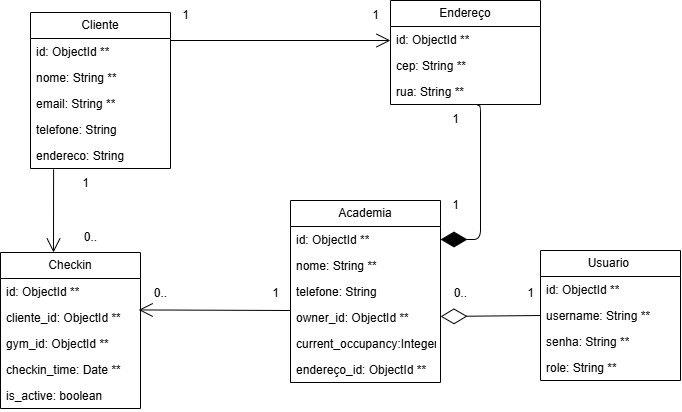
Before: docs/Diagrama.png, a diagram exported from draw.io (FatecFranca/DSM-P3-G07-2025-2). Source tidied: cells renumbered, new cells last; positions are measured from the earlier drawing's top-left corner, leaving out a move shared by most shapes.
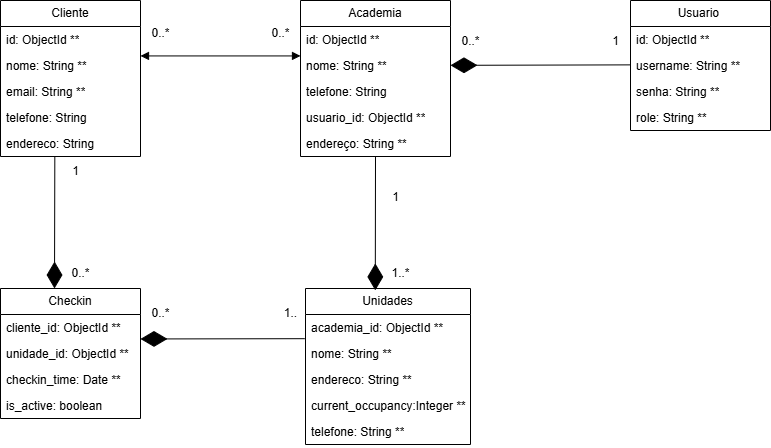
Above is the later version.

Commit message:
Atualização do diagrama e memorial descritivo

Change to the diagram source:
```diff
@@ -3,7 +3,7 @@
     <mxCell id="0" />
     <mxCell id="1" parent="0" />
     <mxCell id="2" value="Usuario&amp;nbsp;" style="swimlane;fontStyle=0;horizontal=1;startSize=26;fillColor=none;whiteSpace=wrap;html=1;" parent="1" vertex="1">
-      <mxGeometry x="540" y="250" width="140" height="130" as="geometry" />
+      <mxGeometry x="660" y="12" width="140" height="130" as="geometry" />
     </mxCell>
     <mxCell id="3" value="id: ObjectId&amp;nbsp;&lt;span style=&quot;color: rgb(0, 0, 0);&quot;&gt;**&lt;/span&gt;" style="text;strokeColor=none;fillColor=none;align=left;verticalAlign=top;spacingLeft=4;spacingRight=4;overflow=hidden;whiteSpace=wrap;html=1;" parent="2" vertex="1">
       <mxGeometry y="26" width="140" height="26" as="geometry" />
@@ -36,7 +36,7 @@
       <mxGeometry y="130" width="140" height="26" as="geometry" />
     </mxCell>
     <mxCell id="13" value="Academia" style="swimlane;fontStyle=0;horizontal=1;startSize=26;fillColor=none;whiteSpace=wrap;html=1;" parent="1" vertex="1">
-      <mxGeometry x="290" y="200" width="150" height="182" as="geometry" />
+      <mxGeometry x="330" y="12" width="150" height="156" as="geometry" />
     </mxCell>
     <mxCell id="14" value="id: ObjectId&amp;nbsp;&lt;span style=&quot;color: rgb(0, 0, 0);&quot;&gt;**&lt;/span&gt;" style="text;strokeColor=none;fillColor=none;align=left;verticalAlign=top;spacingLeft=4;spacingRight=4;overflow=hidden;points=[[0,0.5],[1,0.5]];portConstraint=eastwest;whiteSpace=wrap;html=1;" parent="13" vertex="1">
       <mxGeometry y="26" width="150" height="26" as="geometry" />
@@ -47,102 +47,99 @@
     <mxCell id="16" value="telefone: String" style="text;strokeColor=none;fillColor=none;align=left;verticalAlign=top;spacingLeft=4;spacingRight=4;overflow=hidden;whiteSpace=wrap;html=1;" parent="13" vertex="1">
       <mxGeometry y="78" width="150" height="26" as="geometry" />
     </mxCell>
-    <mxCell id="17" value="owner_id: ObjectId&amp;nbsp;&lt;span style=&quot;color: rgb(0, 0, 0);&quot;&gt;**&lt;/span&gt;" style="text;strokeColor=none;fillColor=none;align=left;verticalAlign=top;spacingLeft=4;spacingRight=4;overflow=hidden;whiteSpace=wrap;html=1;" parent="13" vertex="1">
+    <mxCell id="17" value="usuario_id: ObjectId&amp;nbsp;&lt;span style=&quot;color: rgb(0, 0, 0);&quot;&gt;**&lt;/span&gt;" style="text;strokeColor=none;fillColor=none;align=left;verticalAlign=top;spacingLeft=4;spacingRight=4;overflow=hidden;whiteSpace=wrap;html=1;" parent="13" vertex="1">
       <mxGeometry y="104" width="150" height="26" as="geometry" />
     </mxCell>
-    <mxCell id="18" value="current_occupancy:Integer&amp;nbsp;&lt;span style=&quot;color: rgb(0, 0, 0);&quot;&gt;**&lt;/span&gt;" style="text;strokeColor=none;fillColor=none;align=left;verticalAlign=top;spacingLeft=4;spacingRight=4;overflow=hidden;whiteSpace=wrap;html=1;" parent="13" vertex="1">
-      <mxGeometry y="130" width="150" height="26" as="geometry" />
-    </mxCell>
-    <mxCell id="19" value="endereço_id: ObjectId&amp;nbsp;&lt;span style=&quot;color: rgb(0, 0, 0);&quot;&gt;**&lt;/span&gt;" style="text;strokeColor=none;fillColor=none;align=left;verticalAlign=top;spacingLeft=4;spacingRight=4;overflow=hidden;points=[[0,0.5],[1,0.5]];portConstraint=eastwest;whiteSpace=wrap;html=1;" parent="13" vertex="1">
-      <mxGeometry y="156" width="150" height="26" as="geometry" />
+    <mxCell id="19" value="endereço: String&amp;nbsp;&lt;span style=&quot;color: rgb(0, 0, 0);&quot;&gt;**&lt;/span&gt;" style="text;strokeColor=none;fillColor=none;align=left;verticalAlign=top;spacingLeft=4;spacingRight=4;overflow=hidden;points=[[0,0.5],[1,0.5]];portConstraint=eastwest;whiteSpace=wrap;html=1;" parent="13" vertex="1">
+      <mxGeometry y="130" width="150" height="26" as="geometry" />
     </mxCell>
-    <mxCell id="20" value="Endereço" style="swimlane;fontStyle=0;horizontal=1;startSize=26;fillColor=none;whiteSpace=wrap;html=1;" parent="1" vertex="1">
-      <mxGeometry x="390" width="150" height="104" as="geometry" />
-    </mxCell>
-    <mxCell id="21" value="id: ObjectId **" style="text;strokeColor=none;fillColor=none;align=left;verticalAlign=top;spacingLeft=4;spacingRight=4;overflow=hidden;whiteSpace=wrap;html=1;" parent="20" vertex="1">
-      <mxGeometry y="26" width="150" height="26" as="geometry" />
-    </mxCell>
-    <mxCell id="22" value="cep: String&amp;nbsp;&lt;span style=&quot;color: rgb(0, 0, 0);&quot;&gt;**&lt;/span&gt;" style="text;strokeColor=none;fillColor=none;align=left;verticalAlign=top;spacingLeft=4;spacingRight=4;overflow=hidden;whiteSpace=wrap;html=1;" parent="20" vertex="1">
-      <mxGeometry y="52" width="150" height="26" as="geometry" />
-    </mxCell>
-    <mxCell id="23" value="rua: String&amp;nbsp;&lt;span style=&quot;color: rgb(0, 0, 0);&quot;&gt;**&lt;/span&gt;" style="text;strokeColor=none;fillColor=none;align=left;verticalAlign=top;spacingLeft=4;spacingRight=4;overflow=hidden;points=[[0,0.5],[1,0.5]];portConstraint=eastwest;whiteSpace=wrap;html=1;" parent="20" vertex="1">
-      <mxGeometry y="78" width="150" height="26" as="geometry" />
-    </mxCell>
     <mxCell id="24" value="Checkin" style="swimlane;fontStyle=0;horizontal=1;startSize=26;fillColor=none;whiteSpace=wrap;html=1;" parent="1" vertex="1">
-      <mxGeometry y="252" width="140" height="156" as="geometry" />
+      <mxGeometry x="30" y="300" width="140" height="130" as="geometry" />
     </mxCell>
-    <mxCell id="25" value="id: ObjectId&amp;nbsp;&lt;span style=&quot;color: rgb(0, 0, 0);&quot;&gt;**&lt;/span&gt;" style="text;strokeColor=none;fillColor=none;align=left;verticalAlign=top;spacingLeft=4;spacingRight=4;overflow=hidden;whiteSpace=wrap;html=1;" parent="24" vertex="1">
+    <mxCell id="25" value="cliente_id: ObjectId&amp;nbsp;&lt;span style=&quot;color: rgb(0, 0, 0);&quot;&gt;**&lt;/span&gt;" style="text;strokeColor=none;fillColor=none;align=left;verticalAlign=top;spacingLeft=4;spacingRight=4;overflow=hidden;whiteSpace=wrap;html=1;" parent="24" vertex="1">
       <mxGeometry y="26" width="140" height="26" as="geometry" />
     </mxCell>
-    <mxCell id="26" value="cliente_id: ObjectId&amp;nbsp;&lt;span style=&quot;color: rgb(0, 0, 0);&quot;&gt;**&lt;/span&gt;" style="text;strokeColor=none;fillColor=none;align=left;verticalAlign=top;spacingLeft=4;spacingRight=4;overflow=hidden;points=[[0,0.5],[1,0.5]];portConstraint=eastwest;whiteSpace=wrap;html=1;" parent="24" vertex="1">
+    <mxCell id="26" value="unidade_id: ObjectId&amp;nbsp;&lt;span style=&quot;color: rgb(0, 0, 0);&quot;&gt;**&lt;/span&gt;" style="text;strokeColor=none;fillColor=none;align=left;verticalAlign=top;spacingLeft=4;spacingRight=4;overflow=hidden;points=[[0,0.5],[1,0.5]];portConstraint=eastwest;whiteSpace=wrap;html=1;" parent="24" vertex="1">
       <mxGeometry y="52" width="140" height="26" as="geometry" />
     </mxCell>
-    <mxCell id="27" value="gym_id: ObjectId&amp;nbsp;&lt;span style=&quot;color: rgb(0, 0, 0);&quot;&gt;**&lt;/span&gt;" style="text;strokeColor=none;fillColor=none;align=left;verticalAlign=top;spacingLeft=4;spacingRight=4;overflow=hidden;whiteSpace=wrap;html=1;" parent="24" vertex="1">
-      <mxGeometry y="78" width="140" height="26" as="geometry" />
-    </mxCell>
     <mxCell id="28" value="checkin_time: Date&amp;nbsp;&lt;span style=&quot;color: rgb(0, 0, 0);&quot;&gt;**&lt;/span&gt;" style="text;strokeColor=none;fillColor=none;align=left;verticalAlign=top;spacingLeft=4;spacingRight=4;overflow=hidden;whiteSpace=wrap;html=1;" parent="24" vertex="1">
-      <mxGeometry y="104" width="140" height="26" as="geometry" />
+      <mxGeometry y="78" width="140" height="26" as="geometry" />
     </mxCell>
     <mxCell id="29" value="is_active: boolean" style="text;strokeColor=none;fillColor=none;align=left;verticalAlign=top;spacingLeft=4;spacingRight=4;overflow=hidden;whiteSpace=wrap;html=1;" parent="24" vertex="1">
-      <mxGeometry y="130" width="140" height="26" as="geometry" />
+      <mxGeometry y="104" width="140" height="26" as="geometry" />
     </mxCell>
-    <mxCell id="30" style="endArrow=diamondThin;endFill=0;endSize=24;html=1;exitX=0;exitY=0.5;exitDx=0;exitDy=0;entryX=1;entryY=0.5;entryDx=0;entryDy=0;" parent="1" edge="1" source="4">
-      <mxGeometry relative="1" as="geometry">
-        <mxPoint x="440" y="316" as="targetPoint" />
-      </mxGeometry>
-    </mxCell>
-    <mxCell id="31" style="endArrow=diamondThin;endFill=1;endSize=24;html=1;exitX=0.58;exitY=1.039;exitDx=0;exitDy=0;exitPerimeter=0;entryX=1;entryY=0.5;entryDx=0;entryDy=0;edgeStyle=elbowEdgeStyle;" parent="1" edge="1" source="23" target="14">
-      <mxGeometry relative="1" as="geometry">
-        <Array as="points">
-          <mxPoint x="480" y="180" />
-        </Array>
-      </mxGeometry>
-    </mxCell>
-    <mxCell id="32" style="endArrow=open;endFill=1;endSize=12;html=1;" parent="1" edge="1">
-      <mxGeometry relative="1" as="geometry">
-        <mxPoint x="170" y="40" as="sourcePoint" />
-        <mxPoint x="390" y="40" as="targetPoint" />
-      </mxGeometry>
-    </mxCell>
-    <mxCell id="33" style="endArrow=open;endFill=1;endSize=12;html=1;exitX=0.165;exitY=1.039;exitDx=0;exitDy=0;exitPerimeter=0;" parent="1" edge="1" source="12">
-      <mxGeometry relative="1" as="geometry">
-        <mxPoint x="53" y="252" as="targetPoint" />
-      </mxGeometry>
-    </mxCell>
-    <mxCell id="34" style="endArrow=open;endFill=1;endSize=12;html=1;exitX=0.165;exitY=1.039;exitDx=0;exitDy=0;exitPerimeter=0;entryX=0.987;entryY=0.209;entryDx=0;entryDy=0;entryPerimeter=0;" parent="1" edge="1" target="26">
-      <mxGeometry relative="1" as="geometry">
-        <mxPoint x="290" y="310" as="sourcePoint" />
-      </mxGeometry>
-    </mxCell>
-    <mxCell id="35" value="1" style="text;html=1;align=center;verticalAlign=middle;strokeColor=none;fillColor=none;" parent="1" vertex="1">
-      <mxGeometry x="515" y="278" width="30" height="30" as="geometry" />
-    </mxCell>
-    <mxCell id="36" value="0.." style="text;html=1;align=center;verticalAlign=middle;strokeColor=none;fillColor=none;" parent="1" vertex="1">
-      <mxGeometry x="440" y="278" width="40" height="30" as="geometry" />
-    </mxCell>
-    <mxCell id="37" value="1" style="text;html=1;align=center;verticalAlign=middle;strokeColor=none;fillColor=none;" parent="1" vertex="1">
-      <mxGeometry x="440" y="190" width="30" height="30" as="geometry" />
-    </mxCell>
-    <mxCell id="38" value="1" style="text;html=1;align=center;verticalAlign=middle;strokeColor=none;fillColor=none;" parent="1" vertex="1">
-      <mxGeometry x="440" y="104" width="30" height="30" as="geometry" />
-    </mxCell>
-    <mxCell id="39" value="1" style="text;html=1;align=center;verticalAlign=middle;strokeColor=none;fillColor=none;" parent="1" vertex="1">
-      <mxGeometry x="170" width="30" height="30" as="geometry" />
-    </mxCell>
-    <mxCell id="40" value="1" style="text;html=1;align=center;verticalAlign=middle;strokeColor=none;fillColor=none;" parent="1" vertex="1">
-      <mxGeometry x="360" width="30" height="30" as="geometry" />
-    </mxCell>
-    <mxCell id="41" value="1" style="text;html=1;align=center;verticalAlign=middle;strokeColor=none;fillColor=none;" parent="1" vertex="1">
-      <mxGeometry x="70" y="168" width="30" height="30" as="geometry" />
-    </mxCell>
-    <mxCell id="42" value="0.." style="text;html=1;align=center;verticalAlign=middle;strokeColor=none;fillColor=none;" parent="1" vertex="1">
-      <mxGeometry x="70" y="222" width="40" height="30" as="geometry" />
-    </mxCell>
-    <mxCell id="43" value="1" style="text;html=1;align=center;verticalAlign=middle;strokeColor=none;fillColor=none;" parent="1" vertex="1">
-      <mxGeometry x="260" y="278" width="30" height="30" as="geometry" />
-    </mxCell>
-    <mxCell id="44" value="0.." style="text;html=1;align=center;verticalAlign=middle;strokeColor=none;fillColor=none;" parent="1" vertex="1">
-      <mxGeometry x="140" y="278" width="40" height="30" as="geometry" />
-    </mxCell>
+    <mxCell id="45" value="Unidades" style="swimlane;fontStyle=0;horizontal=1;startSize=26;fillColor=none;whiteSpace=wrap;html=1;" parent="1" vertex="1">
+      <mxGeometry x="335" y="300" width="165" height="156" as="geometry" />
+    </mxCell>
+    <mxCell id="46" value="academia_id: ObjectId&amp;nbsp;&lt;span style=&quot;color: rgb(0, 0, 0);&quot;&gt;**&lt;/span&gt;" style="text;strokeColor=none;fillColor=none;align=left;verticalAlign=top;spacingLeft=4;spacingRight=4;overflow=hidden;points=[[0,0.5],[1,0.5]];portConstraint=eastwest;whiteSpace=wrap;html=1;" parent="45" vertex="1">
+      <mxGeometry y="26" width="165" height="26" as="geometry" />
+    </mxCell>
+    <mxCell id="47" value="nome: String&amp;nbsp;&lt;span style=&quot;color: rgb(0, 0, 0);&quot;&gt;**&lt;/span&gt;" style="text;strokeColor=none;fillColor=none;align=left;verticalAlign=top;spacingLeft=4;spacingRight=4;overflow=hidden;whiteSpace=wrap;html=1;" parent="45" vertex="1">
+      <mxGeometry y="52" width="165" height="26" as="geometry" />
+    </mxCell>
+    <mxCell id="48" value="endereco: String&amp;nbsp;&lt;span style=&quot;color: rgb(0, 0, 0);&quot;&gt;**&lt;/span&gt;" style="text;strokeColor=none;fillColor=none;align=left;verticalAlign=top;spacingLeft=4;spacingRight=4;overflow=hidden;whiteSpace=wrap;html=1;" parent="45" vertex="1">
+      <mxGeometry y="78" width="165" height="26" as="geometry" />
+    </mxCell>
+    <mxCell id="18" value="&lt;span style=&quot;color: rgb(0, 0, 0);&quot;&gt;current_occupancy:Integer&amp;nbsp;&lt;/span&gt;&lt;span style=&quot;scrollbar-color: rgb(226, 226, 226) rgb(251, 251, 251); color: rgb(0, 0, 0);&quot;&gt;**&lt;/span&gt;" style="text;strokeColor=none;fillColor=none;align=left;verticalAlign=top;spacingLeft=4;spacingRight=4;overflow=hidden;whiteSpace=wrap;html=1;" parent="45" vertex="1">
+      <mxGeometry y="104" width="165" height="26" as="geometry" />
+    </mxCell>
+    <mxCell id="49" value="telefone: String&amp;nbsp;&lt;span style=&quot;color: rgb(0, 0, 0);&quot;&gt;**&lt;/span&gt;" style="text;strokeColor=none;fillColor=none;align=left;verticalAlign=top;spacingLeft=4;spacingRight=4;overflow=hidden;whiteSpace=wrap;html=1;" parent="45" vertex="1">
+      <mxGeometry y="130" width="165" height="26" as="geometry" />
+    </mxCell>
+    <mxCell id="50" value="0..*" style="text;html=1;align=center;verticalAlign=middle;strokeColor=none;fillColor=none;" parent="1" vertex="1">
+      <mxGeometry x="170" y="30" width="40" height="30" as="geometry" />
+    </mxCell>
+    <mxCell id="51" value="0..*" style="text;html=1;align=center;verticalAlign=middle;strokeColor=none;fillColor=none;" parent="1" vertex="1">
+      <mxGeometry x="290" y="30" width="40" height="30" as="geometry" />
+    </mxCell>
+    <mxCell id="52" style="endArrow=diamondThin;endFill=1;endSize=24;html=1;exitX=0;exitY=0.158;exitDx=0;exitDy=0;exitPerimeter=0;" parent="1" edge="1">
+      <mxGeometry relative="1" as="geometry">
+        <mxPoint x="660" y="76.4" as="sourcePoint" />
+        <mxPoint x="480" y="76.8" as="targetPoint" />
+      </mxGeometry>
+    </mxCell>
+    <mxCell id="53" style="endArrow=diamondThin;endFill=1;endSize=24;html=1;exitX=0.388;exitY=0.987;exitDx=0;exitDy=0;exitPerimeter=0;" parent="1" edge="1" source="12">
+      <mxGeometry relative="1" as="geometry">
+        <mxPoint x="84" y="300" as="targetPoint" />
+      </mxGeometry>
+    </mxCell>
+    <mxCell id="54" style="endArrow=diamondThin;endFill=1;endSize=24;html=1;exitX=-0.005;exitY=0.93;exitDx=0;exitDy=0;exitPerimeter=0;" parent="1" edge="1" source="46">
+      <mxGeometry relative="1" as="geometry">
+        <mxPoint x="170" y="350.5" as="targetPoint" />
+      </mxGeometry>
+    </mxCell>
+    <mxCell id="55" style="endArrow=diamondThin;endFill=1;endSize=24;html=1;exitX=0.5;exitY=1.02;exitDx=0;exitDy=0;exitPerimeter=0;entryX=0.423;entryY=0.012;entryDx=0;entryDy=0;entryPerimeter=0;" parent="1" edge="1" source="19" target="45">
+      <mxGeometry relative="1" as="geometry" />
+    </mxCell>
+    <mxCell id="56" value="1" style="text;html=1;align=center;verticalAlign=middle;strokeColor=none;fillColor=none;" parent="1" vertex="1">
+      <mxGeometry x="410" y="194" width="30" height="30" as="geometry" />
+    </mxCell>
+    <mxCell id="57" value="1..*" style="text;html=1;align=center;verticalAlign=middle;strokeColor=none;fillColor=none;" parent="1" vertex="1">
+      <mxGeometry x="410" y="270" width="40" height="30" as="geometry" />
+    </mxCell>
+    <mxCell id="58" value="0..*" style="text;html=1;align=center;verticalAlign=middle;strokeColor=none;fillColor=none;" parent="1" vertex="1">
+      <mxGeometry x="170" y="310" width="40" height="30" as="geometry" />
+    </mxCell>
+    <mxCell id="59" value="1.." style="text;html=1;align=center;verticalAlign=middle;strokeColor=none;fillColor=none;" parent="1" vertex="1">
+      <mxGeometry x="300" y="310" width="40" height="30" as="geometry" />
+    </mxCell>
+    <mxCell id="60" value="1" style="text;html=1;align=center;verticalAlign=middle;strokeColor=none;fillColor=none;" parent="1" vertex="1">
+      <mxGeometry x="90" y="168" width="30" height="30" as="geometry" />
+    </mxCell>
+    <mxCell id="61" value="0..*" style="text;html=1;align=center;verticalAlign=middle;strokeColor=none;fillColor=none;" parent="1" vertex="1">
+      <mxGeometry x="90" y="270" width="40" height="30" as="geometry" />
+    </mxCell>
+    <mxCell id="62" value="0..*" style="text;html=1;align=center;verticalAlign=middle;strokeColor=none;fillColor=none;" parent="1" vertex="1">
+      <mxGeometry x="480" y="38" width="40" height="30" as="geometry" />
+    </mxCell>
+    <mxCell id="63" value="1" style="text;html=1;align=center;verticalAlign=middle;strokeColor=none;fillColor=none;" parent="1" vertex="1">
+      <mxGeometry x="630" y="38" width="30" height="30" as="geometry" />
+    </mxCell>
+    <mxCell id="64" style="endArrow=block;startArrow=block;endFill=1;startFill=1;html=1;" parent="1" edge="1">
+      <mxGeometry relative="1" as="geometry">
+        <mxPoint x="170" y="67.4" as="sourcePoint" />
+        <mxPoint x="330" y="67.4" as="targetPoint" />
+      </mxGeometry>
+    </mxCell>
   </root>
 </mxGraphModel>
```
